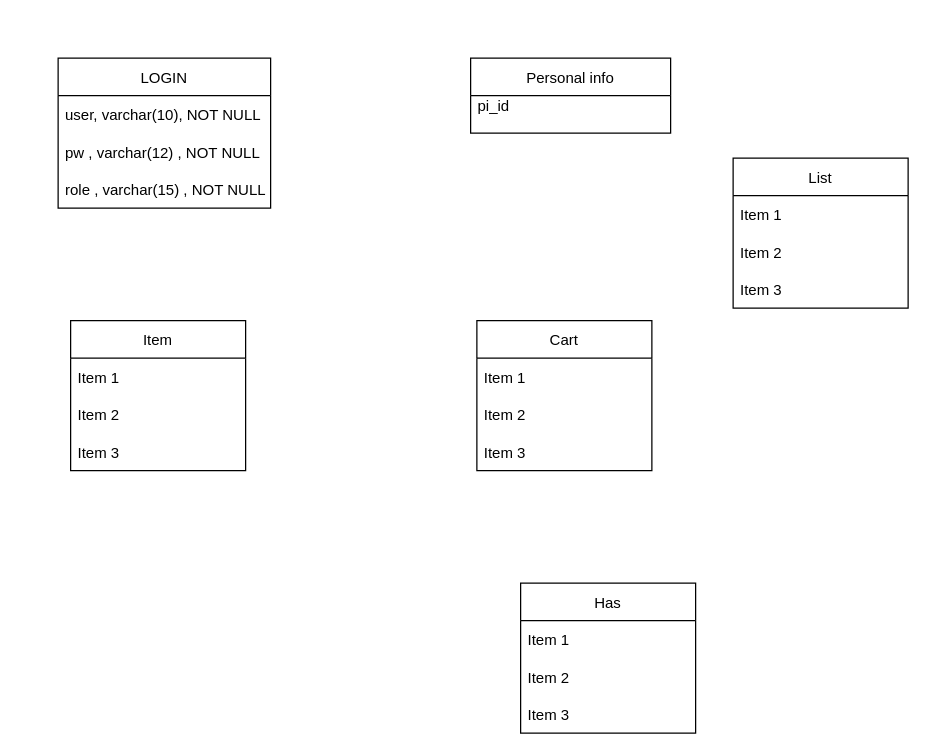
AlexanderSelfors/D0018E keeps this draw.io diagram as Charts/flowchart.drawio. Above is the earlier version. Source tidied: cells renumbered, new cells numbered last; positions are measured from the earlier drawing's top-left corner, leaving out a move shared by most shapes. Both pictures are drawn from the tidied source at 125%, with x=0, y=0 at pixel (58, 58).
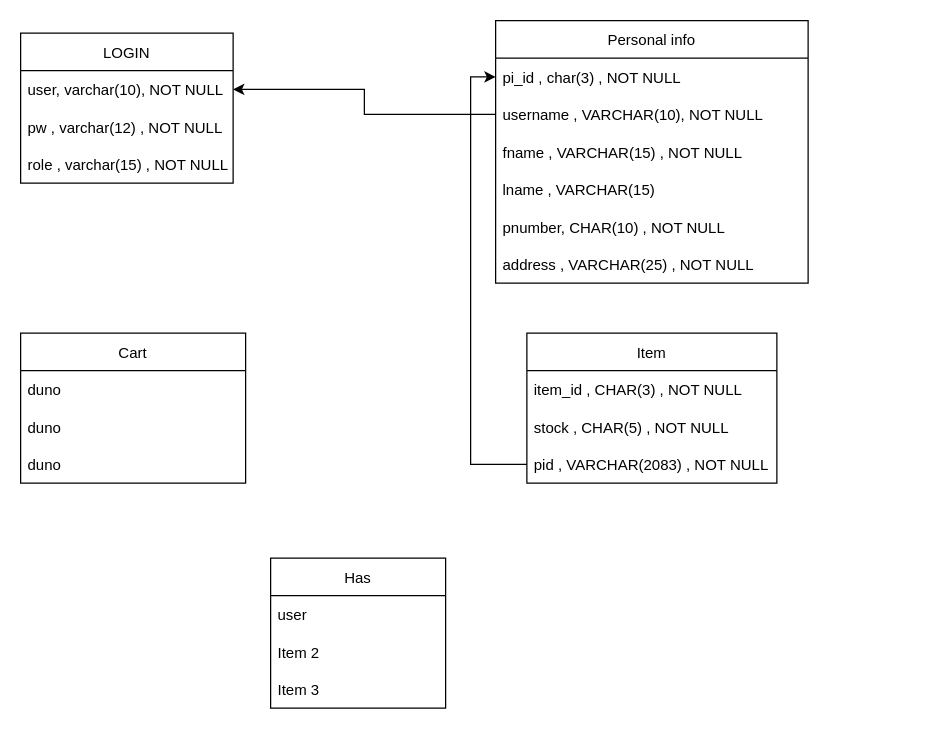
Above is the later version.

Unchanged cells that the change refers to:
```xml
<mxCell id="3" value="user, varchar(10), NOT NULL" style="text;strokeColor=none;fillColor=none;align=left;verticalAlign=middle;spacingLeft=4;spacingRight=4;overflow=hidden;points=[[0,0.5],[1,0.5]];portConstraint=eastwest;" parent="2" vertex="1">
  <mxGeometry y="30" width="170" height="30" as="geometry" />
</mxCell>
```

The edit, as a diff of the source:
```diff
@@
     <mxCell id="2" value="LOGIN" style="swimlane;fontStyle=0;horizontal=1;startSize=30;" parent="1" vertex="1">
-      <mxGeometry width="170" height="120" as="geometry" />
+      <mxGeometry x="-30" y="-20" width="170" height="120" as="geometry" />
     </mxCell>
@@
     <mxCell id="6" value="Personal info" style="swimlane;fontStyle=0;horizontal=1;startSize=30;" parent="1" vertex="1">
-      <mxGeometry x="330" width="160" height="60" as="geometry" />
+      <mxGeometry x="350" y="-30" width="250" height="210" as="geometry" />
     </mxCell>
-    <mxCell id="7" value="pi_id&#10;" style="text;strokeColor=none;fillColor=none;align=left;verticalAlign=middle;spacingLeft=4;spacingRight=4;overflow=hidden;" parent="6" vertex="1">
-      <mxGeometry y="30" width="160" height="30" as="geometry" />
-    </mxCell>
+    <mxCell id="24" value="pi_id , char(3) , NOT NULL" style="text;strokeColor=none;fillColor=none;align=left;verticalAlign=middle;spacingLeft=4;spacingRight=4;overflow=hidden;points=[[0,0.5],[1,0.5]];portConstraint=eastwest;" parent="6" vertex="1">
+      <mxGeometry y="30" width="250" height="30" as="geometry" />
+    </mxCell>
+    <mxCell id="25" value="username , VARCHAR(10), NOT NULL" style="text;strokeColor=none;fillColor=none;align=left;verticalAlign=middle;spacingLeft=4;spacingRight=4;overflow=hidden;points=[[0,0.5],[1,0.5]];portConstraint=eastwest;" parent="6" vertex="1">
+      <mxGeometry y="60" width="250" height="30" as="geometry" />
+    </mxCell>
+    <mxCell id="26" value="fname , VARCHAR(15) , NOT NULL" style="text;strokeColor=none;fillColor=none;align=left;verticalAlign=middle;spacingLeft=4;spacingRight=4;overflow=hidden;" parent="6" vertex="1">
+      <mxGeometry y="90" width="250" height="30" as="geometry" />
+    </mxCell>
+    <mxCell id="27" value="lname , VARCHAR(15)" style="text;strokeColor=none;fillColor=none;align=left;verticalAlign=middle;spacingLeft=4;spacingRight=4;overflow=hidden;" parent="6" vertex="1">
+      <mxGeometry y="120" width="250" height="30" as="geometry" />
+    </mxCell>
+    <mxCell id="28" value="pnumber, CHAR(10) , NOT NULL " style="text;strokeColor=none;fillColor=none;align=left;verticalAlign=middle;spacingLeft=4;spacingRight=4;overflow=hidden;" parent="6" vertex="1">
+      <mxGeometry y="150" width="250" height="30" as="geometry" />
+    </mxCell>
+    <mxCell id="29" value="address , VARCHAR(25) , NOT NULL" style="text;strokeColor=none;fillColor=none;align=left;verticalAlign=middle;spacingLeft=4;spacingRight=4;overflow=hidden;" parent="6" vertex="1">
+      <mxGeometry y="180" width="250" height="30" as="geometry" />
+    </mxCell>
     <mxCell id="8" value="Item" style="swimlane;fontStyle=0;horizontal=1;startSize=30;" parent="1" vertex="1">
-      <mxGeometry x="10" y="210" width="140" height="120" as="geometry" />
+      <mxGeometry x="375" y="220" width="200" height="120" as="geometry" />
     </mxCell>
-    <mxCell id="9" value="Item 1" style="text;strokeColor=none;fillColor=none;align=left;verticalAlign=middle;spacingLeft=4;spacingRight=4;overflow=hidden;" parent="8" vertex="1">
-      <mxGeometry y="30" width="140" height="30" as="geometry" />
+    <mxCell id="9" value="item_id , CHAR(3) , NOT NULL" style="text;strokeColor=none;fillColor=none;align=left;verticalAlign=middle;spacingLeft=4;spacingRight=4;overflow=hidden;" parent="8" vertex="1">
+      <mxGeometry y="30" width="200" height="30" as="geometry" />
     </mxCell>
-    <mxCell id="10" value="Item 2" style="text;strokeColor=none;fillColor=none;align=left;verticalAlign=middle;spacingLeft=4;spacingRight=4;overflow=hidden;" parent="8" vertex="1">
-      <mxGeometry y="60" width="140" height="30" as="geometry" />
+    <mxCell id="10" value="stock , CHAR(5) , NOT NULL" style="text;strokeColor=none;fillColor=none;align=left;verticalAlign=middle;spacingLeft=4;spacingRight=4;overflow=hidden;" parent="8" vertex="1">
+      <mxGeometry y="60" width="200" height="30" as="geometry" />
     </mxCell>
-    <mxCell id="11" value="Item 3" style="text;strokeColor=none;fillColor=none;align=left;verticalAlign=middle;spacingLeft=4;spacingRight=4;overflow=hidden;points=[[0,0.5],[1,0.5]];portConstraint=eastwest;" parent="8" vertex="1">
-      <mxGeometry y="90" width="140" height="30" as="geometry" />
+    <mxCell id="11" value="pid , VARCHAR(2083) , NOT NULL" style="text;strokeColor=none;fillColor=none;align=left;verticalAlign=middle;spacingLeft=4;spacingRight=4;overflow=hidden;points=[[0,0.5],[1,0.5]];portConstraint=eastwest;" parent="8" vertex="1">
+      <mxGeometry y="90" width="200" height="30" as="geometry" />
     </mxCell>
     <mxCell id="12" value="Cart" style="swimlane;fontStyle=0;horizontal=1;startSize=30;" parent="1" vertex="1">
-      <mxGeometry x="335" y="210" width="140" height="120" as="geometry" />
+      <mxGeometry x="-30" y="220" width="180" height="120" as="geometry" />
     </mxCell>
-    <mxCell id="13" value="Item 1" style="text;strokeColor=none;fillColor=none;align=left;verticalAlign=middle;spacingLeft=4;spacingRight=4;overflow=hidden;" parent="12" vertex="1">
-      <mxGeometry y="30" width="140" height="30" as="geometry" />
-    </mxCell>
-    <mxCell id="14" value="Item 2" style="text;strokeColor=none;fillColor=none;align=left;verticalAlign=middle;spacingLeft=4;spacingRight=4;overflow=hidden;" parent="12" vertex="1">
-      <mxGeometry y="60" width="140" height="30" as="geometry" />
+    <mxCell id="14" value="duno" style="text;strokeColor=none;fillColor=none;align=left;verticalAlign=middle;spacingLeft=4;spacingRight=4;overflow=hidden;" parent="12" vertex="1">
+      <mxGeometry y="30" width="180" height="30" as="geometry" />
     </mxCell>
+    <mxCell id="30" value="duno" style="text;strokeColor=none;fillColor=none;align=left;verticalAlign=middle;spacingLeft=4;spacingRight=4;overflow=hidden;" parent="12" vertex="1">
+      <mxGeometry y="60" width="180" height="30" as="geometry" />
+    </mxCell>
-    <mxCell id="15" value="Item 3" style="text;strokeColor=none;fillColor=none;align=left;verticalAlign=middle;spacingLeft=4;spacingRight=4;overflow=hidden;" parent="12" vertex="1">
-      <mxGeometry y="90" width="140" height="30" as="geometry" />
+    <mxCell id="15" value="duno" style="text;strokeColor=none;fillColor=none;align=left;verticalAlign=middle;spacingLeft=4;spacingRight=4;overflow=hidden;" parent="12" vertex="1">
+      <mxGeometry y="90" width="180" height="30" as="geometry" />
     </mxCell>
     <mxCell id="16" value="Has" style="swimlane;fontStyle=0;horizontal=1;startSize=30;" parent="1" vertex="1">
-      <mxGeometry x="370" y="420" width="140" height="120" as="geometry" />
+      <mxGeometry x="170" y="400" width="140" height="120" as="geometry" />
     </mxCell>
-    <mxCell id="17" value="Item 1" style="text;strokeColor=none;fillColor=none;align=left;verticalAlign=middle;spacingLeft=4;spacingRight=4;overflow=hidden;" parent="16" vertex="1">
+    <mxCell id="17" value="user" style="text;strokeColor=none;fillColor=none;align=left;verticalAlign=middle;spacingLeft=4;spacingRight=4;overflow=hidden;" parent="16" vertex="1">
       <mxGeometry y="30" width="140" height="30" as="geometry" />
     </mxCell>
@@
-    <mxCell id="20" value="List" style="swimlane;fontStyle=0;horizontal=1;startSize=30;" parent="1" vertex="1">
-      <mxGeometry x="540" y="80" width="140" height="120" as="geometry" />
-    </mxCell>
-    <mxCell id="21" value="Item 1" style="text;strokeColor=none;fillColor=none;align=left;verticalAlign=middle;spacingLeft=4;spacingRight=4;overflow=hidden;" parent="20" vertex="1">
-      <mxGeometry y="30" width="140" height="30" as="geometry" />
-    </mxCell>
-    <mxCell id="22" value="Item 2" style="text;strokeColor=none;fillColor=none;align=left;verticalAlign=middle;spacingLeft=4;spacingRight=4;overflow=hidden;" parent="20" vertex="1">
-      <mxGeometry y="60" width="140" height="30" as="geometry" />
-    </mxCell>
-    <mxCell id="23" value="Item 3" style="text;strokeColor=none;fillColor=none;align=left;verticalAlign=middle;spacingLeft=4;spacingRight=4;overflow=hidden;" parent="20" vertex="1">
-      <mxGeometry y="90" width="140" height="30" as="geometry" />
-    </mxCell>
+    <mxCell id="31" style="edgeStyle=orthogonalEdgeStyle;rounded=0;jettySize=auto;html=1;" parent="1" edge="1" source="25" target="3">
+      <mxGeometry relative="1" as="geometry" />
+    </mxCell>
+    <mxCell id="32" style="edgeStyle=orthogonalEdgeStyle;rounded=0;jettySize=auto;html=1;entryX=0;entryY=0.5;entryDx=0;entryDy=0;" parent="1" edge="1" source="11" target="24">
+      <mxGeometry relative="1" as="geometry" />
+    </mxCell>
```
